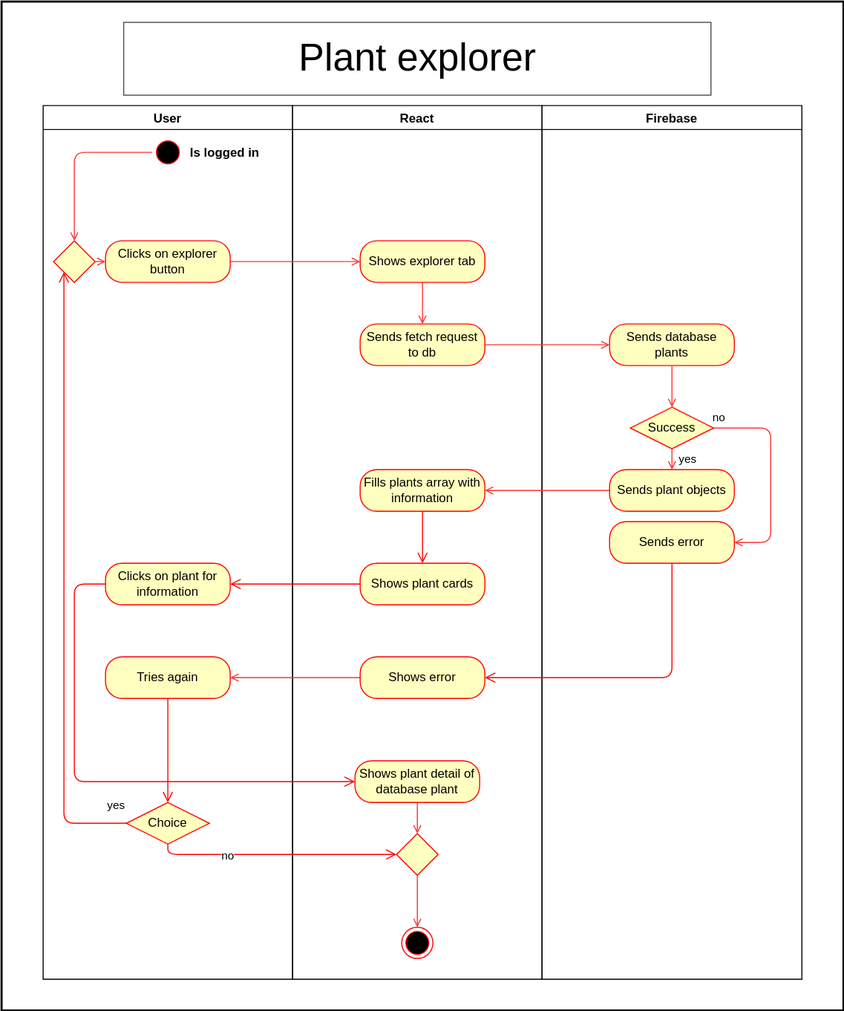
The draw.io diagram docs/assets/svg/useCaseDiagrams/explorePlants.drawio.svg in Green-Fingers-App/gardeningApp, before a commit. Source tidied: cells renumbered, new cells last; positions are measured from the earlier drawing's top-left corner, leaving out a move shared by most shapes.
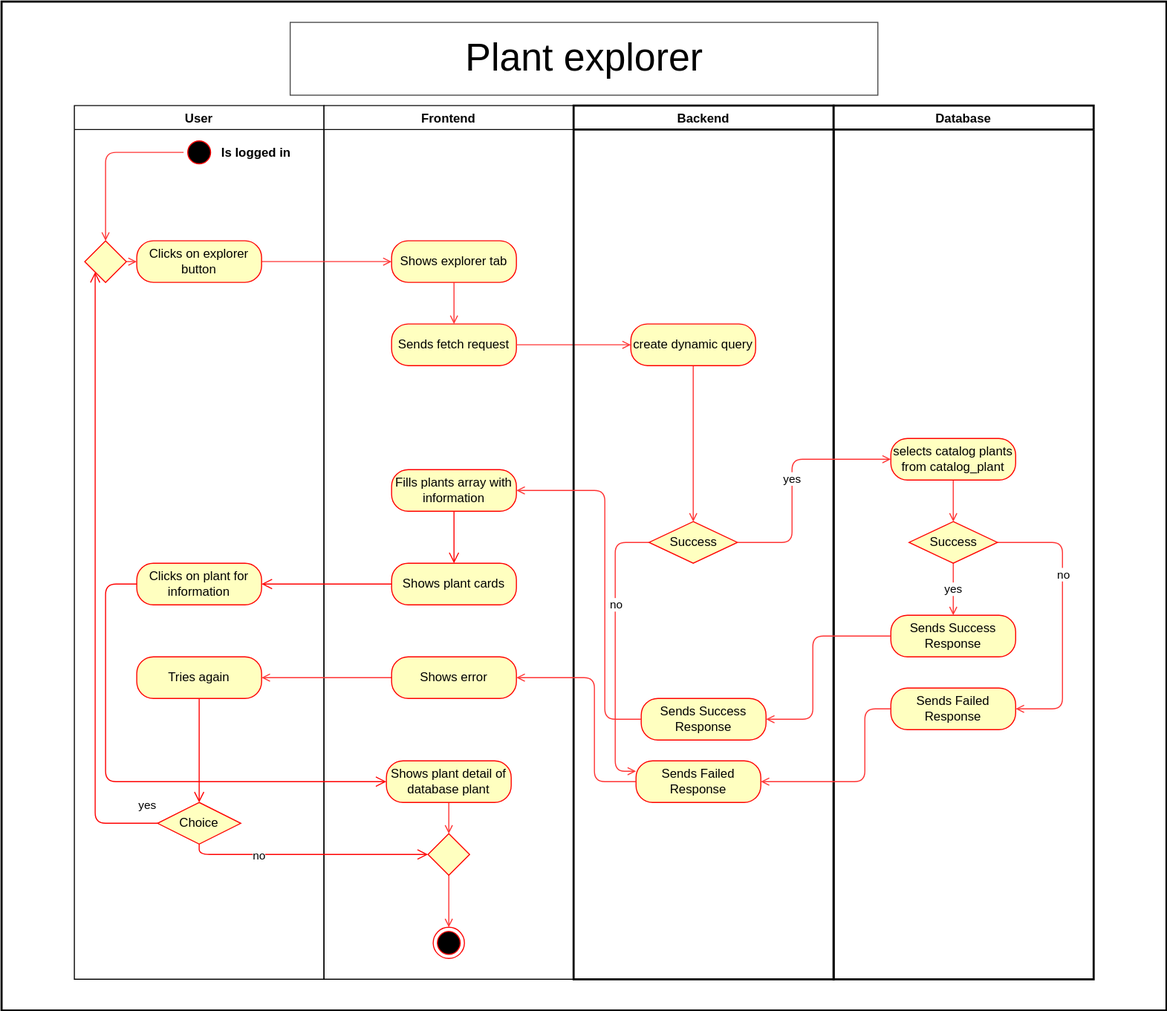
Later version of the same file.

The edit, as a diff of the source:
```diff
@@ -3,7 +3,7 @@
     <mxCell id="0" />
     <mxCell id="1" parent="0" />
     <mxCell id="2" style="rounded=0;whiteSpace=wrap;html=1;strokeColor=#000000;fillColor=#FFFFFF;strokeWidth=2;" parent="1" vertex="1">
-      <mxGeometry width="810" height="970" as="geometry" />
+      <mxGeometry x="-30" width="1120" height="970" as="geometry" />
     </mxCell>
     <mxCell id="3" value="User" style="swimlane;strokeColor=#050505;fillColor=#FFFFFF;fontColor=#000000;" parent="1" vertex="1">
       <mxGeometry x="40" y="100" width="240" height="840" as="geometry" />
@@ -27,7 +27,7 @@
         </Array>
       </mxGeometry>
     </mxCell>
-    <mxCell id="9" value="React" style="swimlane;strokeColor=#050505;fillColor=#FFFFFF;fontColor=#050505;startSize=23;" parent="1" vertex="1">
+    <mxCell id="9" value="Frontend" style="swimlane;strokeColor=#050505;fillColor=#FFFFFF;fontColor=#050505;startSize=23;" parent="1" vertex="1">
       <mxGeometry x="280" y="100" width="240" height="840" as="geometry" />
     </mxCell>
     <mxCell id="10" style="rounded=0;whiteSpace=wrap;html=1;strokeColor=#FFFFFF;fillColor=#FFFFFF;" parent="9" vertex="1">
@@ -36,7 +36,7 @@
     <mxCell id="11" style="ellipse;html=1;shape=endState;fillColor=#000000;strokeColor=#ff0000;fontColor=#050505;" parent="9" vertex="1">
       <mxGeometry x="105" y="790" width="30" height="30" as="geometry" />
     </mxCell>
-    <mxCell id="12" value="Sends fetch request to db" style="rounded=1;whiteSpace=wrap;html=1;arcSize=40;fontColor=#000000;fillColor=#ffffc0;strokeColor=#ff0000;" parent="9" vertex="1">
+    <mxCell id="12" value="Sends fetch request" style="rounded=1;whiteSpace=wrap;html=1;arcSize=40;fontColor=#000000;fillColor=#ffffc0;strokeColor=#ff0000;" parent="9" vertex="1">
       <mxGeometry x="65" y="210" width="120" height="40" as="geometry" />
     </mxCell>
     <mxCell id="13" value="Shows plant cards" style="rounded=1;whiteSpace=wrap;html=1;arcSize=40;fontColor=#000000;fillColor=#ffffc0;strokeColor=#ff0000;" parent="9" vertex="1">
@@ -60,31 +60,8 @@
     <mxCell id="19" style="rhombus;whiteSpace=wrap;html=1;fillColor=#ffffc0;strokeColor=#ff0000;" parent="9" vertex="1">
       <mxGeometry x="100" y="700" width="40" height="40" as="geometry" />
     </mxCell>
-    <mxCell id="20" value="Firebase" style="swimlane;strokeColor=#050505;fillColor=#FFFFFF;fontColor=#050505;" parent="1" vertex="1">
-      <mxGeometry x="520" y="100" width="250" height="840" as="geometry" />
-    </mxCell>
-    <mxCell id="21" value="Sends database plants" style="rounded=1;whiteSpace=wrap;html=1;arcSize=40;fontColor=#000000;fillColor=#ffffc0;strokeColor=#ff0000;" parent="20" vertex="1">
-      <mxGeometry x="65" y="210" width="120" height="40" as="geometry" />
-    </mxCell>
-    <mxCell id="22" value="no" style="edgeStyle=none;html=1;entryX=1;entryY=0.5;entryDx=0;entryDy=0;strokeColor=#FF3333;endArrow=open;endFill=0;" parent="20" edge="1" source="23" target="25">
-      <mxGeometry x="-0.95" y="10" relative="1" as="geometry">
-        <Array as="points">
-          <mxPoint x="220" y="310" />
-          <mxPoint x="220" y="420" />
-        </Array>
-      </mxGeometry>
-    </mxCell>
-    <mxCell id="23" value="Success" style="rhombus;whiteSpace=wrap;html=1;fillColor=#ffffc0;strokeColor=#ff0000;" parent="20" vertex="1">
-      <mxGeometry x="85" y="290" width="80" height="40" as="geometry" />
-    </mxCell>
-    <mxCell id="24" style="edgeStyle=none;html=1;strokeColor=#FF3333;endArrow=open;endFill=0;" parent="20" edge="1" source="21" target="23">
-      <mxGeometry relative="1" as="geometry" />
-    </mxCell>
-    <mxCell id="25" value="Sends error" style="rounded=1;whiteSpace=wrap;html=1;arcSize=40;fontColor=#000000;fillColor=#ffffc0;strokeColor=#ff0000;" parent="20" vertex="1">
-      <mxGeometry x="65" y="400" width="120" height="40" as="geometry" />
-    </mxCell>
     <mxCell id="26" value="&lt;font style=&quot;background-color: rgb(255, 255, 255); font-size: 37px;&quot; color=&quot;#000000&quot;&gt;Plant explorer&lt;/font&gt;" style="rounded=0;whiteSpace=wrap;html=1;fillColor=#FFFFFF;strokeColor=#4D4D4D;" parent="1" vertex="1">
-      <mxGeometry x="117.5" y="20" width="565" height="70" as="geometry" />
+      <mxGeometry x="247.5" y="20" width="565" height="70" as="geometry" />
     </mxCell>
     <mxCell id="27" style="edgeStyle=none;html=1;strokeColor=#FF3333;endArrow=open;endFill=0;" parent="1" edge="1" source="28" target="30">
       <mxGeometry relative="1" as="geometry" />
@@ -98,7 +75,7 @@
     <mxCell id="30" value="Shows explorer tab" style="rounded=1;whiteSpace=wrap;html=1;arcSize=40;fontColor=#000000;fillColor=#ffffc0;strokeColor=#ff0000;" parent="1" vertex="1">
       <mxGeometry x="345" y="230" width="120" height="40" as="geometry" />
     </mxCell>
-    <mxCell id="31" style="edgeStyle=none;html=1;strokeColor=#FF3333;endArrow=open;endFill=0;" parent="1" edge="1" source="12" target="21">
+    <mxCell id="31" style="edgeStyle=none;html=1;strokeColor=#FF3333;endArrow=open;endFill=0;entryX=0;entryY=0.5;entryDx=0;entryDy=0;" parent="1" edge="1" source="12" target="48">
       <mxGeometry relative="1" as="geometry" />
     </mxCell>
     <mxCell id="32" style="edgeStyle=orthogonalEdgeStyle;html=1;verticalAlign=bottom;endArrow=open;endSize=8;strokeColor=#ff0000;entryX=1;entryY=0.5;entryDx=0;entryDy=0;" parent="1" edge="1" source="13" target="7">
@@ -116,26 +93,6 @@
         </Array>
       </mxGeometry>
     </mxCell>
-    <mxCell id="34" style="edgeStyle=none;html=1;entryX=1;entryY=0.5;entryDx=0;entryDy=0;strokeColor=#FF3333;endArrow=open;endFill=0;" parent="1" edge="1" source="35" target="16">
-      <mxGeometry relative="1" as="geometry" />
-    </mxCell>
-    <mxCell id="35" value="Sends plant objects" style="rounded=1;whiteSpace=wrap;html=1;arcSize=40;fontColor=#000000;fillColor=#ffffc0;strokeColor=#ff0000;" parent="1" vertex="1">
-      <mxGeometry x="585" y="450" width="120" height="40" as="geometry" />
-    </mxCell>
-    <mxCell id="36" style="edgeStyle=orthogonalEdgeStyle;html=1;verticalAlign=bottom;endArrow=open;endSize=8;strokeColor=#ff0000;" parent="1" edge="1" source="25" target="39">
-      <mxGeometry relative="1" as="geometry">
-        <Array as="points">
-          <mxPoint x="645" y="650" />
-        </Array>
-      </mxGeometry>
-    </mxCell>
-    <mxCell id="37" value="yes" style="edgeStyle=none;html=1;strokeColor=#FF3333;endArrow=open;endFill=0;" parent="1" edge="1" source="23" target="35">
-      <mxGeometry y="15" relative="1" as="geometry">
-        <Array as="points">
-          <mxPoint x="645" y="440" />
-        </Array>
-      </mxGeometry>
-    </mxCell>
     <mxCell id="38" style="edgeStyle=none;html=1;entryX=1;entryY=0.5;entryDx=0;entryDy=0;strokeColor=#FF3333;endArrow=open;endFill=0;" parent="1" edge="1" source="39" target="40">
       <mxGeometry relative="1" as="geometry" />
     </mxCell>
@@ -168,5 +125,108 @@
     <mxCell id="45" style="edgeStyle=none;html=1;strokeColor=#FF3333;endArrow=open;endFill=0;" parent="1" edge="1" source="6" target="28">
       <mxGeometry relative="1" as="geometry" />
     </mxCell>
+    <mxCell id="46" value="Backend" style="swimlane;strokeColor=#050505;fillColor=#FFFFFF;fontColor=#050505;strokeWidth=2;" parent="1" vertex="1">
+      <mxGeometry x="520" y="100" width="250" height="840" as="geometry" />
+    </mxCell>
+    <mxCell id="47" style="edgeStyle=none;html=1;strokeColor=#FF3333;rounded=1;curved=0;endArrow=open;endFill=0;" parent="46" edge="1" source="48" target="53">
+      <mxGeometry relative="1" as="geometry" />
+    </mxCell>
+    <mxCell id="48" value="create dynamic query" style="rounded=1;whiteSpace=wrap;html=1;arcSize=40;fontColor=#000000;fillColor=#ffffc0;strokeColor=#ff0000;" parent="46" vertex="1">
+      <mxGeometry x="55" y="210" width="120" height="40" as="geometry" />
+    </mxCell>
+    <mxCell id="49" value="Sends Success Response" style="rounded=1;whiteSpace=wrap;html=1;arcSize=40;fontColor=#000000;fillColor=#ffffc0;strokeColor=#ff0000;" parent="46" vertex="1">
+      <mxGeometry x="65" y="570" width="120" height="40" as="geometry" />
+    </mxCell>
+    <mxCell id="50" value="Sends Failed Response" style="rounded=1;whiteSpace=wrap;html=1;arcSize=40;fontColor=#000000;fillColor=#ffffc0;strokeColor=#ff0000;" parent="46" vertex="1">
+      <mxGeometry x="60" y="630" width="120" height="40" as="geometry" />
+    </mxCell>
+    <mxCell id="51" style="edgeStyle=none;html=1;entryX=0;entryY=0.25;entryDx=0;entryDy=0;strokeColor=#FF3333;endArrow=open;endFill=0;" parent="46" edge="1" source="53" target="50">
+      <mxGeometry relative="1" as="geometry">
+        <Array as="points">
+          <mxPoint x="40" y="420" />
+          <mxPoint x="40" y="640" />
+        </Array>
+      </mxGeometry>
+    </mxCell>
+    <mxCell id="52" value="no" style="edgeLabel;html=1;align=center;verticalAlign=middle;" parent="51" vertex="1">
+      <mxGeometry x="-0.34" relative="1" as="geometry">
+        <mxPoint y="1" as="offset" />
+      </mxGeometry>
+    </mxCell>
+    <mxCell id="53" value="Success" style="rhombus;whiteSpace=wrap;html=1;fillColor=#ffffc0;strokeColor=#ff0000;" parent="46" vertex="1">
+      <mxGeometry x="72.5" y="400" width="85" height="40" as="geometry" />
+    </mxCell>
+    <mxCell id="54" value="Database" style="swimlane;strokeColor=#050505;fillColor=#FFFFFF;fontColor=#050505;strokeWidth=2;" parent="1" vertex="1">
+      <mxGeometry x="770" y="100" width="250" height="840" as="geometry" />
+    </mxCell>
+    <mxCell id="55" style="edgeStyle=none;html=1;entryX=0.5;entryY=0;entryDx=0;entryDy=0;strokeColor=#FF3333;endArrow=open;endFill=0;" parent="54" edge="1" source="56" target="62">
+      <mxGeometry relative="1" as="geometry" />
+    </mxCell>
+    <mxCell id="56" value="selects catalog plants from catalog_plant" style="rounded=1;whiteSpace=wrap;html=1;arcSize=40;fontColor=#000000;fillColor=#ffffc0;strokeColor=#ff0000;" parent="54" vertex="1">
+      <mxGeometry x="55" y="320" width="120" height="40" as="geometry" />
+    </mxCell>
+    <mxCell id="57" value="Sends Success Response" style="rounded=1;whiteSpace=wrap;html=1;arcSize=40;fontColor=#000000;fillColor=#ffffc0;strokeColor=#ff0000;" parent="54" vertex="1">
+      <mxGeometry x="55" y="490" width="120" height="40" as="geometry" />
+    </mxCell>
+    <mxCell id="58" value="Sends Failed Response" style="rounded=1;whiteSpace=wrap;html=1;arcSize=40;fontColor=#000000;fillColor=#ffffc0;strokeColor=#ff0000;" parent="54" vertex="1">
+      <mxGeometry x="55" y="560" width="120" height="40" as="geometry" />
+    </mxCell>
+    <mxCell id="59" value="yes" style="edgeStyle=none;html=1;entryX=0.5;entryY=0;entryDx=0;entryDy=0;exitX=0.5;exitY=1;exitDx=0;exitDy=0;strokeColor=#FF3333;endArrow=open;endFill=0;" parent="54" edge="1" source="62" target="57">
+      <mxGeometry relative="1" as="geometry" />
+    </mxCell>
+    <mxCell id="60" style="edgeStyle=none;html=1;entryX=1;entryY=0.5;entryDx=0;entryDy=0;strokeColor=#FF3333;endArrow=open;endFill=0;" parent="54" edge="1" source="62" target="58">
+      <mxGeometry relative="1" as="geometry">
+        <Array as="points">
+          <mxPoint x="220" y="420" />
+          <mxPoint x="220" y="580" />
+        </Array>
+      </mxGeometry>
+    </mxCell>
+    <mxCell id="61" value="no" style="edgeLabel;html=1;align=center;verticalAlign=middle;" parent="60" vertex="1">
+      <mxGeometry x="-0.31" relative="1" as="geometry" />
+    </mxCell>
+    <mxCell id="62" value="Success" style="rhombus;whiteSpace=wrap;html=1;fillColor=#ffffc0;strokeColor=#ff0000;" parent="54" vertex="1">
+      <mxGeometry x="72.5" y="400" width="85" height="40" as="geometry" />
+    </mxCell>
+    <mxCell id="63" value="yes" style="edgeStyle=none;html=1;entryX=0;entryY=0.5;entryDx=0;entryDy=0;strokeColor=#FF3333;endArrow=open;endFill=0;" parent="1" edge="1" source="53" target="56">
+      <mxGeometry relative="1" as="geometry">
+        <Array as="points">
+          <mxPoint x="730" y="520" />
+          <mxPoint x="730" y="440" />
+        </Array>
+      </mxGeometry>
+    </mxCell>
+    <mxCell id="64" style="edgeStyle=none;html=1;entryX=1;entryY=0.5;entryDx=0;entryDy=0;strokeColor=#FF3333;endArrow=open;endFill=0;" parent="1" edge="1" source="57" target="49">
+      <mxGeometry relative="1" as="geometry">
+        <Array as="points">
+          <mxPoint x="750" y="610" />
+          <mxPoint x="750" y="690" />
+        </Array>
+      </mxGeometry>
+    </mxCell>
+    <mxCell id="65" style="edgeStyle=none;html=1;entryX=1;entryY=0.5;entryDx=0;entryDy=0;strokeColor=#FF3333;endArrow=open;endFill=0;" parent="1" edge="1" source="50" target="39">
+      <mxGeometry relative="1" as="geometry">
+        <Array as="points">
+          <mxPoint x="540" y="750" />
+          <mxPoint x="540" y="650" />
+        </Array>
+      </mxGeometry>
+    </mxCell>
+    <mxCell id="66" style="edgeStyle=none;html=1;entryX=1;entryY=0.5;entryDx=0;entryDy=0;strokeColor=#FF3333;endArrow=open;endFill=0;" parent="1" edge="1" source="49" target="16">
+      <mxGeometry relative="1" as="geometry">
+        <Array as="points">
+          <mxPoint x="550" y="690" />
+          <mxPoint x="550" y="470" />
+        </Array>
+      </mxGeometry>
+    </mxCell>
+    <mxCell id="67" style="edgeStyle=none;html=1;entryX=1;entryY=0.5;entryDx=0;entryDy=0;strokeColor=#FF3333;endArrow=open;endFill=0;" parent="1" edge="1" source="58" target="50">
+      <mxGeometry relative="1" as="geometry">
+        <Array as="points">
+          <mxPoint x="800" y="680" />
+          <mxPoint x="800" y="750" />
+        </Array>
+      </mxGeometry>
+    </mxCell>
   </root>
 </mxGraphModel>
```
